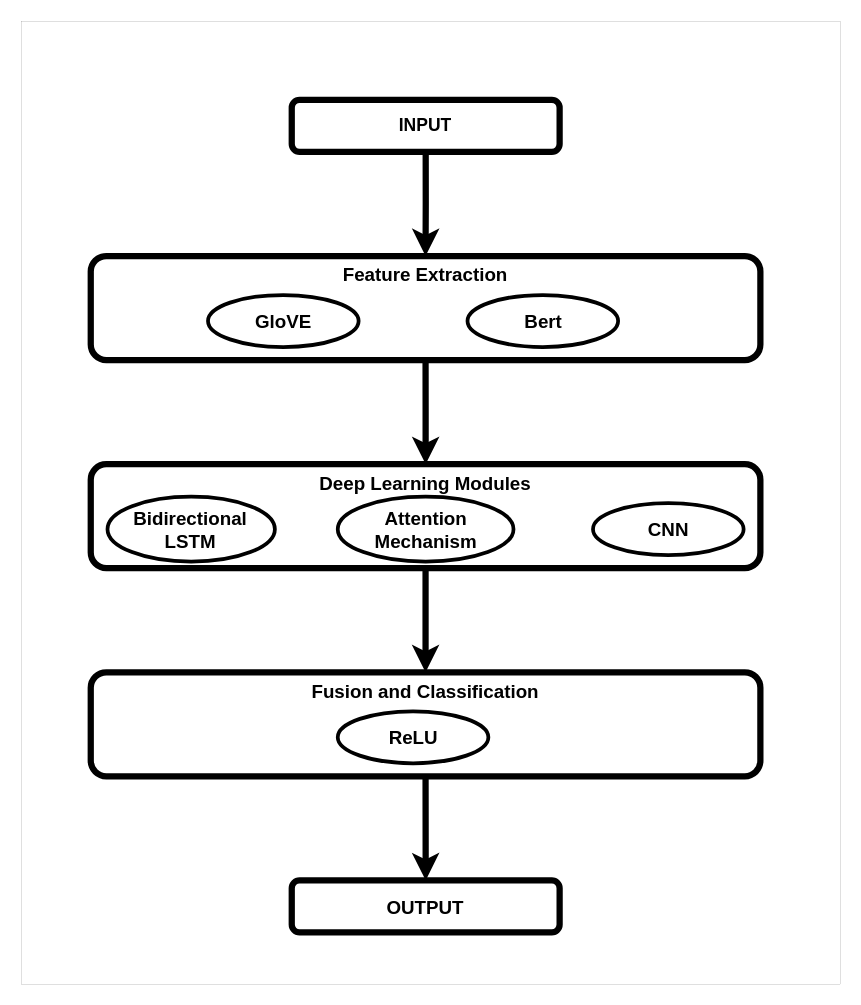
This is Diagnosis and classification of depressive disorders .drawio from vinayak-k24/DrawIO, a draw.io file, before an edit. Source tidied: cells renumbered, new cells numbered last; positions are measured from the earlier drawing's top-left corner, leaving out a move shared by most shapes. Both pictures are drawn from the tidied source at 125%, with x=0, y=0 at pixel (21, 21).
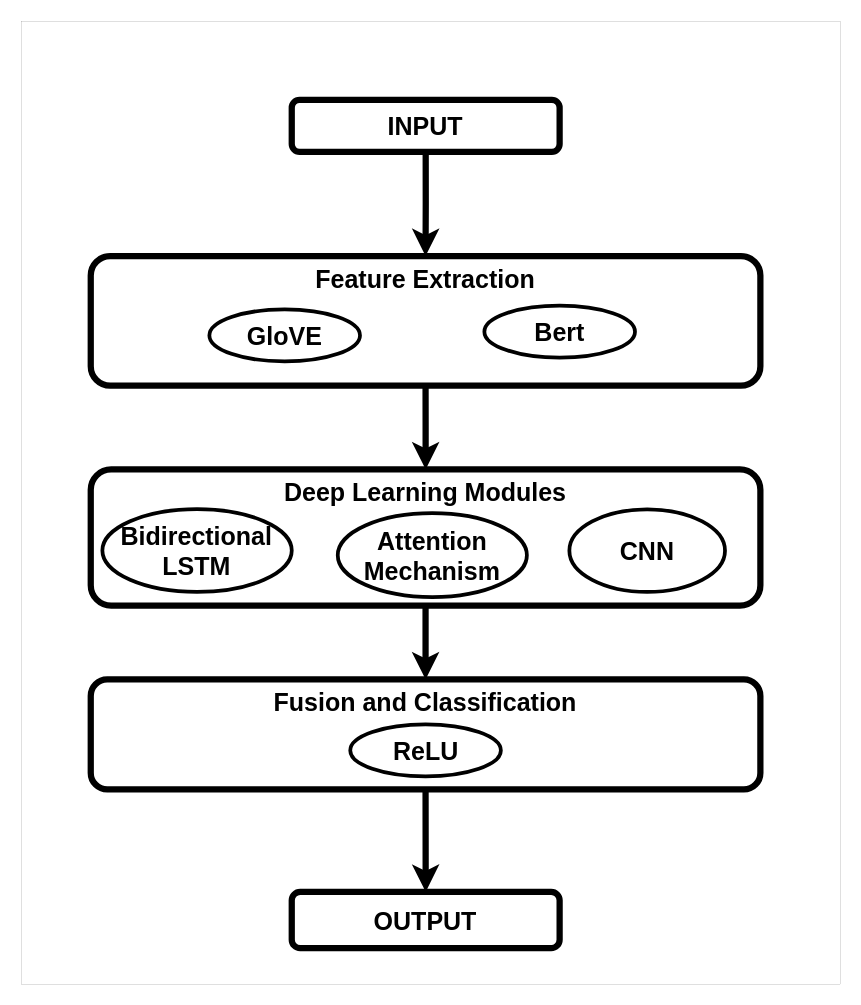
After the change.

Change to the diagram source:
```diff
@@
 <mxGraphModel>
   <root>
     <mxCell id="0" />
     <mxCell id="1" parent="0" />
-    <mxCell id="2" style="group;" parent="1" vertex="1">
+    <mxCell id="2" style="group;fontSize=20;" parent="1" vertex="1">
       <mxGeometry width="655" height="770" as="geometry" />
     </mxCell>
-    <mxCell id="3" style="rounded=0;whiteSpace=wrap;html=1;strokeWidth=0;" parent="2" vertex="1">
+    <mxCell id="3" style="rounded=0;whiteSpace=wrap;html=1;strokeWidth=0;fontSize=20;" parent="2" vertex="1">
       <mxGeometry width="655" height="770" as="geometry" />
     </mxCell>
-    <mxCell id="4" style="edgeStyle=orthogonalEdgeStyle;rounded=0;jettySize=auto;html=1;exitX=0.5;exitY=1;exitDx=0;exitDy=0;strokeWidth=5;" parent="2" edge="1" source="5" target="9">
+    <mxCell id="4" style="edgeStyle=orthogonalEdgeStyle;rounded=0;jettySize=auto;html=1;exitX=0.5;exitY=1;exitDx=0;exitDy=0;strokeWidth=5;fontSize=20;" parent="2" edge="1" source="5" target="9">
       <mxGeometry relative="1" as="geometry" />
     </mxCell>
-    <mxCell id="5" value="&lt;font&gt;&lt;span&gt;Feature Extraction&lt;/span&gt;&lt;/font&gt;" style="rounded=1;whiteSpace=wrap;html=1;strokeWidth=5;verticalAlign=top;fontSize=15;fontStyle=1;" parent="2" vertex="1">
-      <mxGeometry x="55.1" y="187.3" width="535.7" height="83.2" as="geometry" />
+    <mxCell id="5" value="&lt;font&gt;Feature Extraction&lt;/font&gt;" style="rounded=1;whiteSpace=wrap;html=1;strokeWidth=5;verticalAlign=top;fontSize=20;fontStyle=1;" parent="2" vertex="1">
+      <mxGeometry x="55.1" y="187.3" width="535.7" height="103.7" as="geometry" />
     </mxCell>
-    <mxCell id="6" style="edgeStyle=orthogonalEdgeStyle;rounded=0;jettySize=auto;html=1;exitX=0.5;exitY=1;exitDx=0;exitDy=0;entryX=0.5;entryY=0;entryDx=0;entryDy=0;strokeWidth=5;" parent="2" edge="1" source="7" target="5">
+    <mxCell id="6" style="edgeStyle=orthogonalEdgeStyle;rounded=0;jettySize=auto;html=1;exitX=0.5;exitY=1;exitDx=0;exitDy=0;entryX=0.5;entryY=0;entryDx=0;entryDy=0;strokeWidth=5;fontSize=20;" parent="2" edge="1" source="7" target="5">
       <mxGeometry relative="1" as="geometry" />
     </mxCell>
-    <mxCell id="7" value="&lt;b&gt;&lt;font style=&quot;font-size: 14px;&quot;&gt;INPUT&lt;/font&gt;&lt;/b&gt;" style="rounded=1;whiteSpace=wrap;html=1;strokeWidth=5;" parent="2" vertex="1">
+    <mxCell id="7" value="&lt;b&gt;&lt;font&gt;INPUT&lt;/font&gt;&lt;/b&gt;" style="rounded=1;whiteSpace=wrap;html=1;strokeWidth=5;fontSize=20;" parent="2" vertex="1">
       <mxGeometry x="215.9" y="62.4" width="214.3" height="41.6" as="geometry" />
     </mxCell>
-    <mxCell id="8" style="edgeStyle=orthogonalEdgeStyle;rounded=0;jettySize=auto;html=1;exitX=0.5;exitY=1;exitDx=0;exitDy=0;entryX=0.5;entryY=0;entryDx=0;entryDy=0;strokeWidth=5;" parent="2" edge="1" source="9" target="11">
+    <mxCell id="8" style="edgeStyle=orthogonalEdgeStyle;rounded=0;jettySize=auto;html=1;exitX=0.5;exitY=1;exitDx=0;exitDy=0;entryX=0.5;entryY=0;entryDx=0;entryDy=0;strokeWidth=5;fontSize=20;" parent="2" edge="1" source="9" target="11">
       <mxGeometry relative="1" as="geometry" />
     </mxCell>
-    <mxCell id="9" value="Deep Learning Modules" style="rounded=1;whiteSpace=wrap;html=1;strokeWidth=5;verticalAlign=top;fontSize=15;fontStyle=1;" parent="2" vertex="1">
-      <mxGeometry x="55.1" y="353.8" width="535.7" height="83.2" as="geometry" />
+    <mxCell id="9" value="&lt;font&gt;Deep Learning Modules&lt;/font&gt;" style="rounded=1;whiteSpace=wrap;html=1;strokeWidth=5;verticalAlign=top;fontSize=20;fontStyle=1;" parent="2" vertex="1">
+      <mxGeometry x="55.1" y="358" width="535.7" height="109" as="geometry" />
     </mxCell>
-    <mxCell id="10" style="edgeStyle=orthogonalEdgeStyle;rounded=0;jettySize=auto;html=1;exitX=0.5;exitY=1;exitDx=0;exitDy=0;entryX=0.5;entryY=0;entryDx=0;entryDy=0;strokeWidth=5;" parent="2" edge="1" source="11" target="12">
+    <mxCell id="10" style="edgeStyle=orthogonalEdgeStyle;rounded=0;jettySize=auto;html=1;exitX=0.5;exitY=1;exitDx=0;exitDy=0;entryX=0.5;entryY=0;entryDx=0;entryDy=0;strokeWidth=5;fontSize=20;" parent="2" edge="1" source="11" target="12">
       <mxGeometry relative="1" as="geometry" />
     </mxCell>
-    <mxCell id="11" value="Fusion and Classification" style="rounded=1;whiteSpace=wrap;html=1;strokeWidth=5;verticalAlign=top;fontSize=15;fontStyle=1;" parent="2" vertex="1">
-      <mxGeometry x="55.1" y="520.3" width="535.7" height="83.2" as="geometry" />
+    <mxCell id="11" value="&lt;font&gt;Fusion and Classification&lt;/font&gt;" style="rounded=1;whiteSpace=wrap;html=1;strokeWidth=5;verticalAlign=top;fontSize=20;fontStyle=1;" parent="2" vertex="1">
+      <mxGeometry x="55.1" y="526" width="535.7" height="88" as="geometry" />
     </mxCell>
-    <mxCell id="12" value="&lt;b&gt;&lt;font style=&quot;font-size: 15px;&quot;&gt;OUTPUT&lt;/font&gt;&lt;/b&gt;" style="rounded=1;whiteSpace=wrap;html=1;strokeWidth=5;" parent="2" vertex="1">
-      <mxGeometry x="215.9" y="686.8" width="214.3" height="41.6" as="geometry" />
+    <mxCell id="12" value="&lt;b&gt;&lt;font&gt;OUTPUT&lt;/font&gt;&lt;/b&gt;" style="rounded=1;whiteSpace=wrap;html=1;strokeWidth=5;fontSize=20;" parent="2" vertex="1">
+      <mxGeometry x="215.9" y="696" width="214.3" height="45" as="geometry" />
     </mxCell>
-    <mxCell id="13" value="&lt;b&gt;&lt;font style=&quot;font-size: 15px;&quot;&gt;GloVE&lt;/font&gt;&lt;/b&gt;" style="ellipse;whiteSpace=wrap;html=1;strokeWidth=3;" parent="2" vertex="1">
-      <mxGeometry x="148.9" y="218.5" width="120.5" height="41.6" as="geometry" />
+    <mxCell id="13" value="&lt;b&gt;&lt;font&gt;GloVE&lt;/font&gt;&lt;/b&gt;" style="ellipse;whiteSpace=wrap;html=1;strokeWidth=3;fontSize=20;" parent="2" vertex="1">
+      <mxGeometry x="150" y="230" width="120.5" height="41.6" as="geometry" />
     </mxCell>
-    <mxCell id="14" value="&lt;b&gt;&lt;font style=&quot;font-size: 15px;&quot;&gt;Bert&lt;/font&gt;&lt;/b&gt;" style="ellipse;whiteSpace=wrap;html=1;strokeWidth=3;" parent="2" vertex="1">
-      <mxGeometry x="356.5" y="218.5" width="120.5" height="41.6" as="geometry" />
+    <mxCell id="14" value="&lt;b&gt;&lt;font&gt;Bert&lt;/font&gt;&lt;/b&gt;" style="ellipse;whiteSpace=wrap;html=1;strokeWidth=3;fontSize=20;" parent="2" vertex="1">
+      <mxGeometry x="370" y="227" width="120.5" height="41.6" as="geometry" />
     </mxCell>
-    <mxCell id="15" value="&lt;b&gt;&lt;font style=&quot;font-size: 15px;&quot;&gt;Bidirectional LSTM&lt;/font&gt;&lt;/b&gt;" style="ellipse;whiteSpace=wrap;html=1;strokeWidth=3;" parent="2" vertex="1">
-      <mxGeometry x="68.5" y="379.8" width="133.9" height="52" as="geometry" />
+    <mxCell id="15" value="&lt;b&gt;&lt;font&gt;Bidirectional LSTM&lt;/font&gt;&lt;/b&gt;" style="ellipse;whiteSpace=wrap;html=1;strokeWidth=3;fontSize=20;" parent="2" vertex="1">
+      <mxGeometry x="64.4" y="389.8" width="151.5" height="66.2" as="geometry" />
     </mxCell>
-    <mxCell id="16" value="&lt;b&gt;&lt;font style=&quot;font-size: 15px;&quot;&gt;Attention Mechanism&lt;/font&gt;&lt;/b&gt;" style="ellipse;whiteSpace=wrap;html=1;strokeWidth=3;" parent="2" vertex="1">
-      <mxGeometry x="252.7" y="379.8" width="140.6" height="52" as="geometry" />
+    <mxCell id="16" value="&lt;b&gt;&lt;font&gt;Attention Mechanism&lt;/font&gt;&lt;/b&gt;" style="ellipse;whiteSpace=wrap;html=1;strokeWidth=3;fontSize=20;" parent="2" vertex="1">
+      <mxGeometry x="252.7" y="393" width="151.3" height="67.2" as="geometry" />
     </mxCell>
-    <mxCell id="17" value="&lt;b&gt;&lt;font style=&quot;font-size: 15px;&quot;&gt;CNN&lt;/font&gt;&lt;/b&gt;" style="ellipse;whiteSpace=wrap;html=1;strokeWidth=3;" parent="2" vertex="1">
-      <mxGeometry x="456.9" y="385" width="120.5" height="41.6" as="geometry" />
+    <mxCell id="17" value="&lt;b&gt;&lt;font&gt;CNN&lt;/font&gt;&lt;/b&gt;" style="ellipse;whiteSpace=wrap;html=1;strokeWidth=3;fontSize=20;" parent="2" vertex="1">
+      <mxGeometry x="438" y="390" width="124.5" height="66" as="geometry" />
     </mxCell>
-    <mxCell id="18" value="&lt;b&gt;&lt;font style=&quot;font-size: 15px;&quot;&gt;ReLU&lt;/font&gt;&lt;/b&gt;" style="ellipse;whiteSpace=wrap;html=1;strokeWidth=3;" parent="2" vertex="1">
-      <mxGeometry x="252.7" y="551.5" width="120.5" height="41.6" as="geometry" />
+    <mxCell id="18" value="&lt;b&gt;&lt;font&gt;ReLU&lt;/font&gt;&lt;/b&gt;" style="ellipse;whiteSpace=wrap;html=1;strokeWidth=3;fontSize=20;" parent="2" vertex="1">
+      <mxGeometry x="262.7" y="562" width="120.5" height="41.6" as="geometry" />
     </mxCell>
   </root>
 </mxGraphModel>
```
